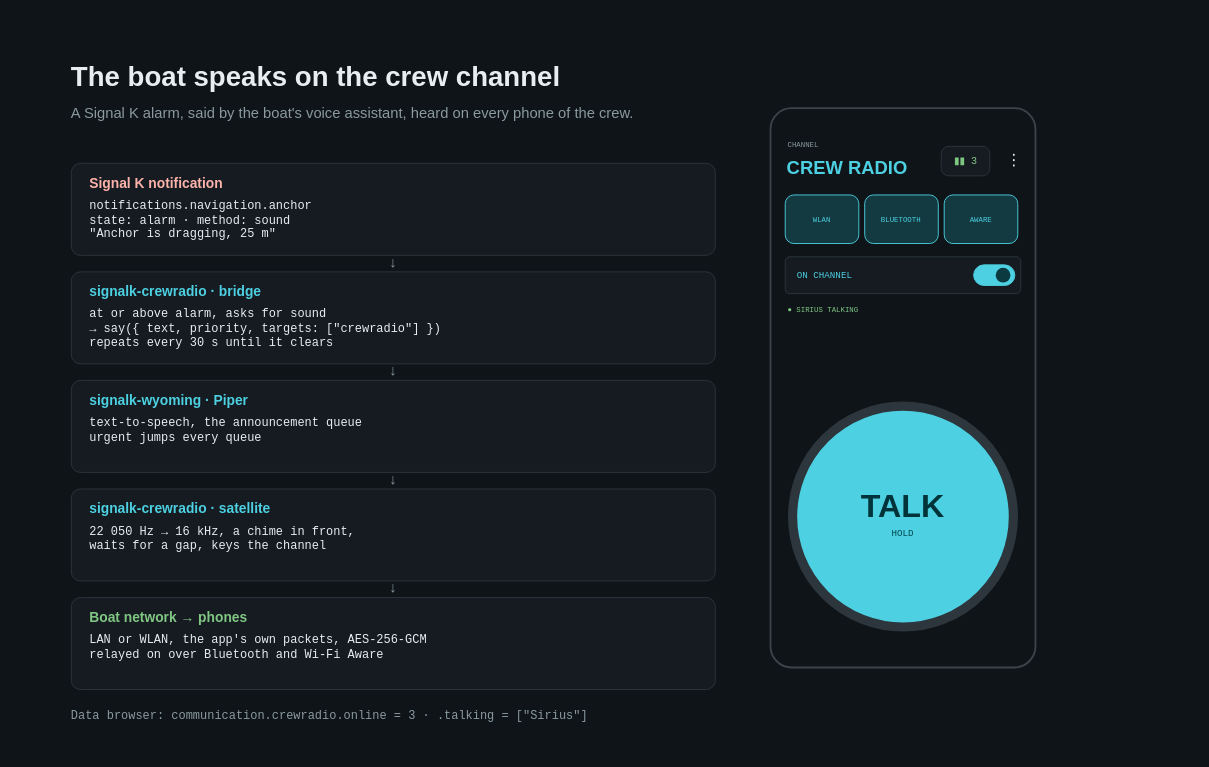
Above: sk-plugin/docs/diagrams/announcement.drawio in KEGustafsson/android-push-to-talk (draw.io), before the change. Source tidied: cells renumbered, new cells numbered last; positions are measured from the earlier drawing's top-left corner, leaving out a move shared by most shapes. Both pictures are drawn from the tidied source at 92%, with x=0, y=0 at pixel (16, 16).
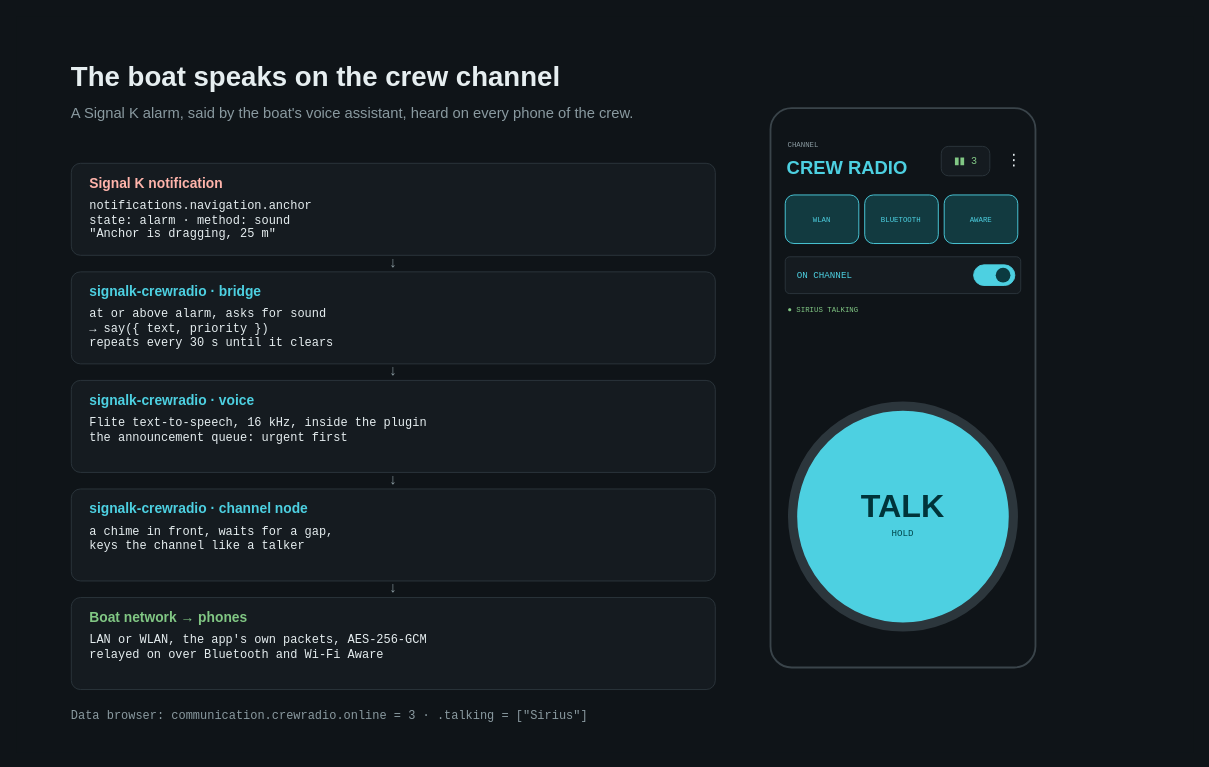
After the change.

The edit, as a diff of the source:
```diff
@@
-    <mxCell id="27" value="at or above alarm, asks for sound&lt;br&gt;→ say({ text, priority, targets: [&quot;crewradio&quot;] })&lt;br&gt;repeats every 30 s until it clears" style="text;html=1;whiteSpace=wrap;align=left;verticalAlign=top;fontSize=13;fontColor=#E6EEF0;fontFamily=Courier New;spacing=0;" parent="1" vertex="1">
+    <mxCell id="27" value="at or above alarm, asks for sound&lt;br&gt;→ say({ text, priority })&lt;br&gt;repeats every 30 s until it clears" style="text;html=1;whiteSpace=wrap;align=left;verticalAlign=top;fontSize=13;fontColor=#E6EEF0;fontFamily=Courier New;spacing=0;" parent="1" vertex="1">
       <mxGeometry x="80" y="312" width="660" height="62" as="geometry" />
     </mxCell>
@@
-    <mxCell id="30" value="signalk-wyoming · Piper" style="text;html=1;whiteSpace=wrap;align=left;verticalAlign=middle;fontSize=15;fontColor=#4DD0E1;fontFamily=Helvetica;fontStyle=1;spacing=0;" parent="1" vertex="1">
+    <mxCell id="30" value="signalk-crewradio · voice" style="text;html=1;whiteSpace=wrap;align=left;verticalAlign=middle;fontSize=15;fontColor=#4DD0E1;fontFamily=Helvetica;fontStyle=1;spacing=0;" parent="1" vertex="1">
       <mxGeometry x="80" y="404" width="660" height="26" as="geometry" />
     </mxCell>
-    <mxCell id="31" value="text-to-speech, the announcement queue&lt;br&gt;urgent jumps every queue" style="text;html=1;whiteSpace=wrap;align=left;verticalAlign=top;fontSize=13;fontColor=#E6EEF0;fontFamily=Courier New;spacing=0;" parent="1" vertex="1">
+    <mxCell id="31" value="Flite text-to-speech, 16 kHz, inside the plugin&lt;br&gt;the announcement queue: urgent first" style="text;html=1;whiteSpace=wrap;align=left;verticalAlign=top;fontSize=13;fontColor=#E6EEF0;fontFamily=Courier New;spacing=0;" parent="1" vertex="1">
       <mxGeometry x="80" y="430" width="660" height="62" as="geometry" />
     </mxCell>
@@
-    <mxCell id="34" value="signalk-crewradio · satellite" style="text;html=1;whiteSpace=wrap;align=left;verticalAlign=middle;fontSize=15;fontColor=#4DD0E1;fontFamily=Helvetica;fontStyle=1;spacing=0;" parent="1" vertex="1">
+    <mxCell id="34" value="signalk-crewradio · channel node" style="text;html=1;whiteSpace=wrap;align=left;verticalAlign=middle;fontSize=15;fontColor=#4DD0E1;fontFamily=Helvetica;fontStyle=1;spacing=0;" parent="1" vertex="1">
       <mxGeometry x="80" y="522" width="660" height="26" as="geometry" />
     </mxCell>
-    <mxCell id="35" value="22 050 Hz → 16 kHz, a chime in front,&lt;br&gt;waits for a gap, keys the channel" style="text;html=1;whiteSpace=wrap;align=left;verticalAlign=top;fontSize=13;fontColor=#E6EEF0;fontFamily=Courier New;spacing=0;" parent="1" vertex="1">
+    <mxCell id="35" value="a chime in front, waits for a gap,&lt;br&gt;keys the channel like a talker" style="text;html=1;whiteSpace=wrap;align=left;verticalAlign=top;fontSize=13;fontColor=#E6EEF0;fontFamily=Courier New;spacing=0;" parent="1" vertex="1">
       <mxGeometry x="80" y="548" width="660" height="62" as="geometry" />
     </mxCell>
```
